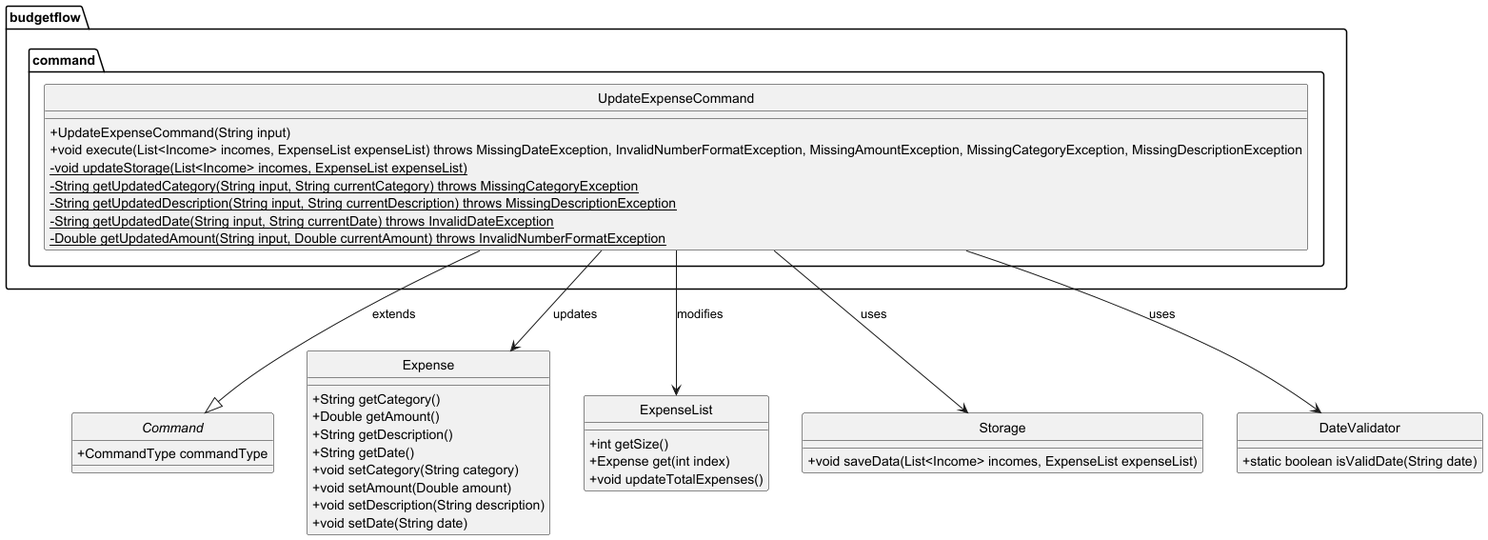
Above: docs/diagrams/update_expense_command_class_diagram.png in thienkimtranhoang/tp (PlantUML), before the change.
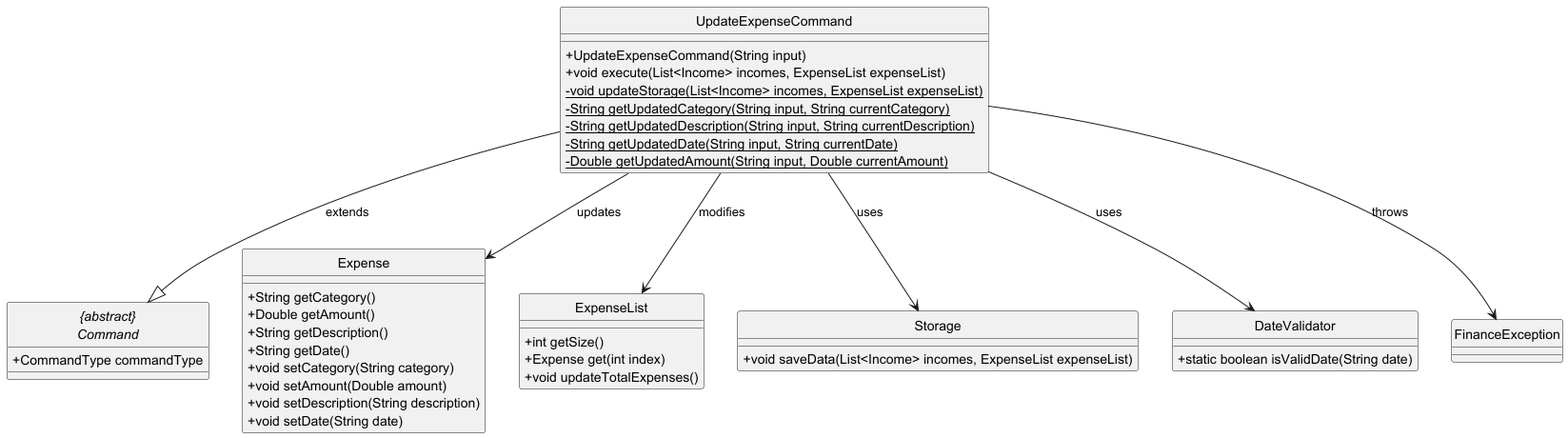
Above is the later version.

Commit message:
update puml for abstract classes to have {abstract} and some sequence diagrams to be updated with ":"

What changed in the source:
```diff
@@ -3,19 +3,19 @@
 hide circle
 skinparam classAttributeIconSize 0
 
-package "budgetflow.command" {
+
     class UpdateExpenseCommand {
         + UpdateExpenseCommand(String input)
-        + void execute(List<Income> incomes, ExpenseList expenseList) throws MissingDateException, InvalidNumberFormatException, MissingAmountException, MissingCategoryException, MissingDescriptionException
+        + void execute(List<Income> incomes, ExpenseList expenseList)
         - {static} void updateStorage(List<Income> incomes, ExpenseList expenseList)
-        - {static} String getUpdatedCategory(String input, String currentCategory) throws MissingCategoryException
-        - {static} String getUpdatedDescription(String input, String currentDescription) throws MissingDescriptionException
-        - {static} String getUpdatedDate(String input, String currentDate) throws InvalidDateException
-        - {static} Double getUpdatedAmount(String input, Double currentAmount) throws InvalidNumberFormatException
+        - {static} String getUpdatedCategory(String input, String currentCategory)
+        - {static} String getUpdatedDescription(String input, String currentDescription)
+        - {static} String getUpdatedDate(String input, String currentDate)
+        - {static} Double getUpdatedAmount(String input, Double currentAmount)
     }
-}
 
-abstract class Command {
+
+abstract class "{abstract}\nCommand" {
     + CommandType commandType
 }
 
@@ -44,10 +44,14 @@
     + static boolean isValidDate(String date)
 }
 
-UpdateExpenseCommand --|> Command : extends
+class FinanceException {
+}
+
+UpdateExpenseCommand --|> "{abstract}\nCommand" : extends
 UpdateExpenseCommand --> Expense : updates
 UpdateExpenseCommand --> ExpenseList : modifies
 UpdateExpenseCommand --> Storage : uses
 UpdateExpenseCommand --> DateValidator : uses
+UpdateExpenseCommand --> FinanceException : throws
 
 @enduml
```
